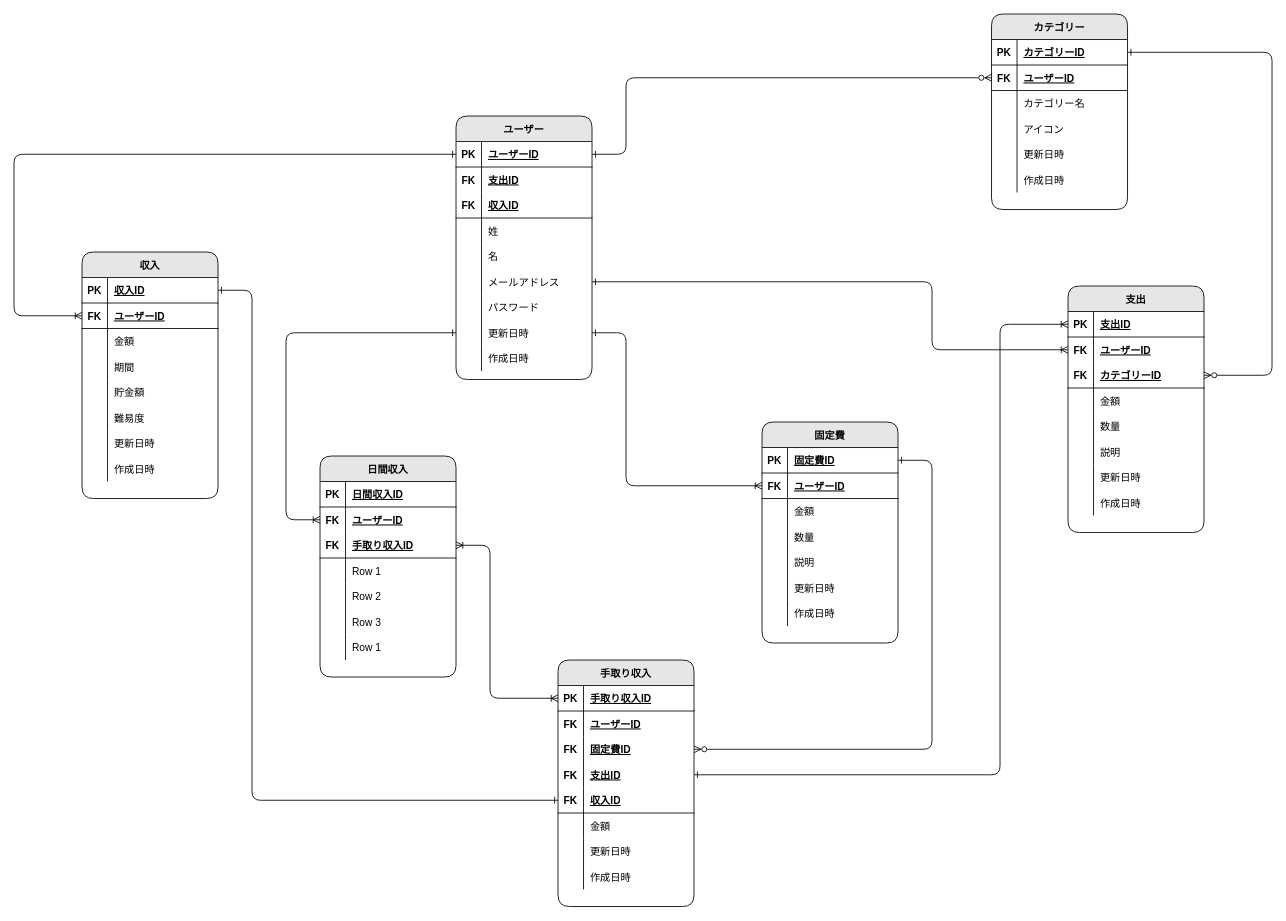
Above: app/assets/document/ER_diagram/ER_config.dio in matthewkendrick/hoWseed (draw.io), before the change. Source tidied: cells renumbered, new cells numbered last; positions are measured from the earlier drawing's top-left corner, leaving out a move shared by most shapes. Both pictures are drawn from the tidied source at 85%, with x=0, y=0 at pixel (14, 14).
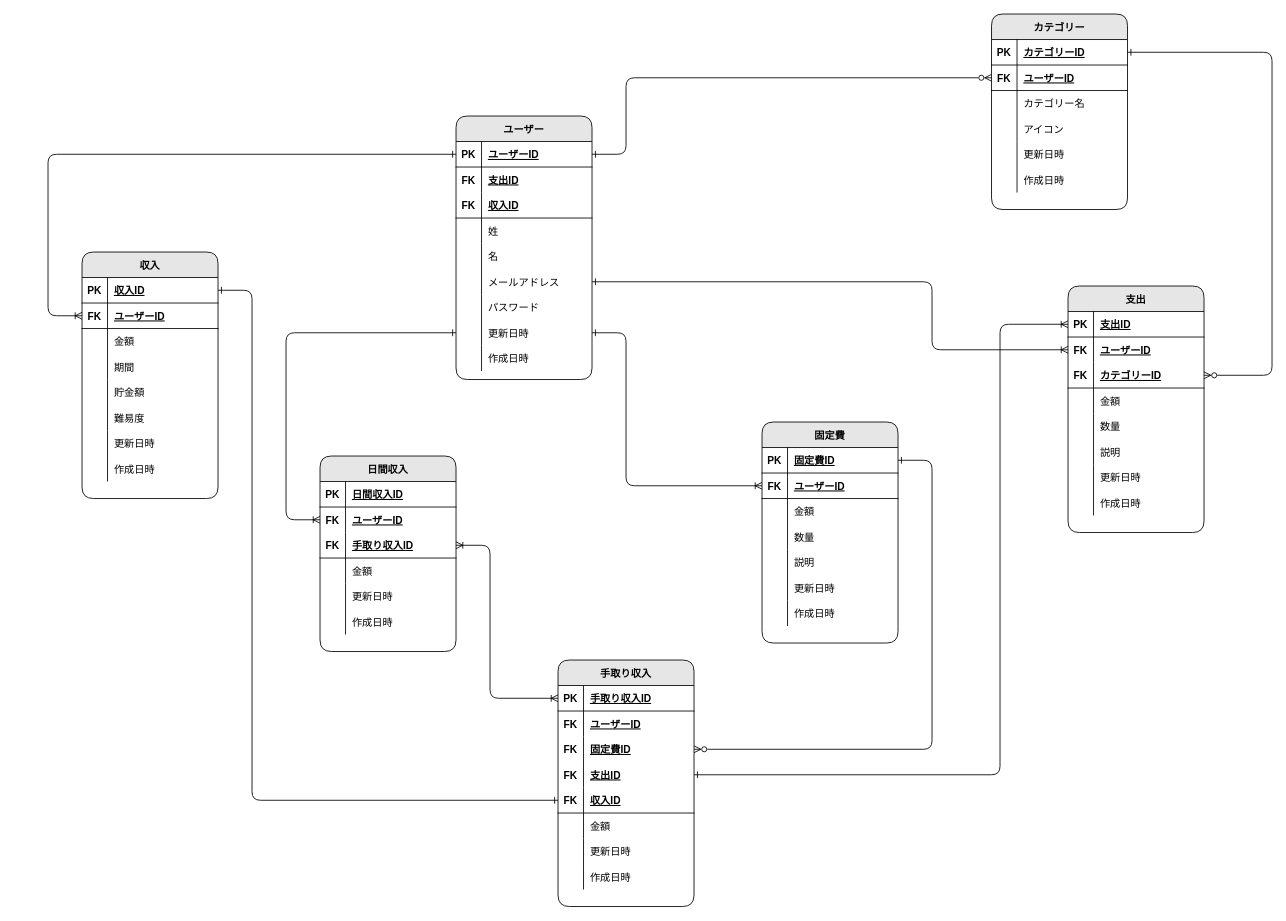
Above is the later version.

The change refers to these unchanged cells:
```xml
<mxCell id="3" style="shape=partialRectangle;fillColor=none;top=0;left=0;bottom=1;right=0;points=[[0,0.5],[1,0.5]];portConstraint=eastwest;rounded=1;" parent="2" vertex="1">
  <mxGeometry y="30" width="160" height="30" as="geometry" />
</mxCell>
<mxCell id="84" style="shape=partialRectangle;fillColor=none;top=0;left=0;bottom=0;right=0;rounded=1;" parent="74" vertex="1">
  <mxGeometry y="120" width="160" height="30" as="geometry" />
</mxCell>
<mxCell id="87" style="shape=partialRectangle;fillColor=none;top=0;left=0;bottom=0;right=0;rounded=1;" parent="74" vertex="1">
  <mxGeometry y="150" width="160" height="30" as="geometry" />
</mxCell>
<mxCell id="90" style="shape=partialRectangle;fillColor=none;top=0;left=0;bottom=0;right=0;rounded=1;" parent="74" vertex="1">
  <mxGeometry y="180" width="160" height="30" as="geometry" />
</mxCell>
<mxCell id="100" style="shape=partialRectangle;fillColor=none;top=0;left=0;bottom=1;right=0;points=[[0,0.5],[1,0.5]];portConstraint=eastwest;rounded=1;strokeColor=default;" parent="96" vertex="1">
  <mxGeometry y="60" width="160" height="30" as="geometry" />
</mxCell>
```

What changed in the source:
```diff
@@
     <mxCell id="74" value="日間収入" style="shape=table;startSize=30;childLayout=tableLayout;rowLines=0;fontStyle=1;align=center;rounded=1;fillColor=#E6E6E6;" parent="1" vertex="1">
-      <mxGeometry x="360" y="520" width="160" height="260" as="geometry" />
+      <mxGeometry x="360" y="520" width="160" height="230" as="geometry" />
     </mxCell>
@@
-    <mxCell id="86" value="Row 1" style="shape=partialRectangle;fillColor=none;top=0;left=0;bottom=0;right=0;align=left;spacingLeft=6;overflow=hidden;rounded=1;" parent="84" vertex="1">
+    <mxCell id="86" value="金額" style="shape=partialRectangle;fillColor=none;top=0;left=0;bottom=0;right=0;align=left;spacingLeft=6;overflow=hidden;rounded=1;" parent="84" vertex="1">
       <mxGeometry x="30" width="130" height="30" as="geometry" />
     </mxCell>
@@
-    <mxCell id="89" value="Row 2" style="shape=partialRectangle;fillColor=none;top=0;left=0;bottom=0;right=0;align=left;spacingLeft=6;overflow=hidden;rounded=1;" parent="87" vertex="1">
+    <mxCell id="89" value="更新日時" style="shape=partialRectangle;fillColor=none;top=0;left=0;bottom=0;right=0;align=left;spacingLeft=6;overflow=hidden;rounded=1;" parent="87" vertex="1">
       <mxGeometry x="30" width="130" height="30" as="geometry" />
     </mxCell>
@@
-    <mxCell id="92" value="Row 3" style="shape=partialRectangle;fillColor=none;top=0;left=0;bottom=0;right=0;align=left;spacingLeft=6;overflow=hidden;rounded=1;" parent="90" vertex="1">
+    <mxCell id="92" value="作成日時" style="shape=partialRectangle;fillColor=none;top=0;left=0;bottom=0;right=0;align=left;spacingLeft=6;overflow=hidden;rounded=1;" parent="90" vertex="1">
       <mxGeometry x="30" width="130" height="30" as="geometry" />
     </mxCell>
-    <mxCell id="93" style="shape=partialRectangle;fillColor=none;top=0;left=0;bottom=0;right=0;rounded=1;" parent="74" vertex="1">
-      <mxGeometry y="210" width="160" height="30" as="geometry" />
-    </mxCell>
-    <mxCell id="94" style="shape=partialRectangle;fillColor=none;top=0;left=0;bottom=0;right=0;overflow=hidden;rounded=1;" parent="93" vertex="1">
-      <mxGeometry width="30" height="30" as="geometry" />
-    </mxCell>
-    <mxCell id="95" value="Row 1" style="shape=partialRectangle;fillColor=none;top=0;left=0;bottom=0;right=0;align=left;spacingLeft=6;overflow=hidden;rounded=1;" parent="93" vertex="1">
-      <mxGeometry x="30" width="130" height="30" as="geometry" />
-    </mxCell>
@@
     <mxCell id="122" style="edgeStyle=elbowEdgeStyle;elbow=horizontal;endArrow=ERoneToMany;html=1;startArrow=ERone;startFill=0;endFill=0;entryX=0;entryY=0.5;entryDx=0;entryDy=0;exitX=0;exitY=0.5;exitDx=0;exitDy=0;" parent="1" edge="1" source="3" target="100">
       <mxGeometry relative="1" as="geometry">
         <Array as="points">
+          <mxPoint x="40" y="250" />
           <mxPoint y="260" />
           <mxPoint x="190" y="240" />
           <mxPoint x="220" y="340" />
           <mxPoint x="240" y="370" />
           <mxPoint x="280" y="530" />
           <mxPoint x="240" y="510" />
           <mxPoint x="440" y="550" />
           <mxPoint x="760" y="680" />
           <mxPoint x="760" y="750" />
           <mxPoint x="770" y="720" />
           <mxPoint x="770" y="410" />
           <mxPoint x="730" y="390" />
           <mxPoint x="1330" y="710" />
           <mxPoint x="940" y="585" />
         </Array>
       </mxGeometry>
     </mxCell>
```
